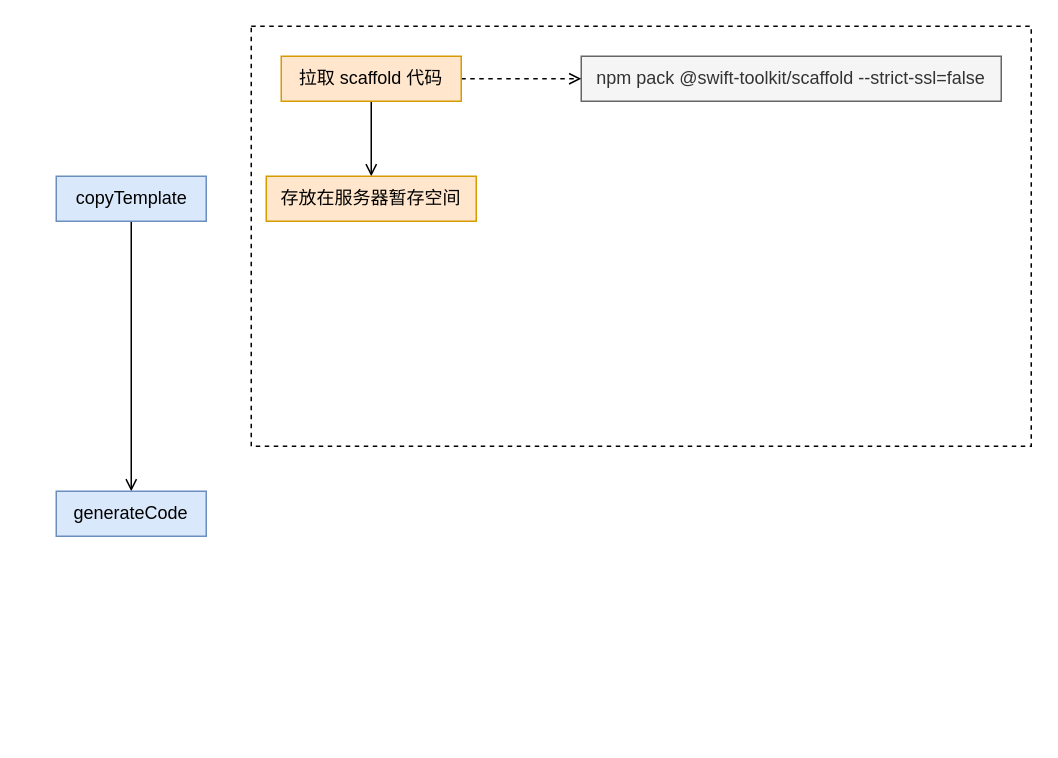
The draw.io diagram publish/构建流程.drawio in shubinla/draw.io, before the edit. Source tidied: cells renumbered, new cells numbered last; positions are measured from the earlier drawing's top-left corner, leaving out a move shared by most shapes. Both pictures are drawn from the tidied source at 150%, with x=0, y=0 at pixel (56, 26).
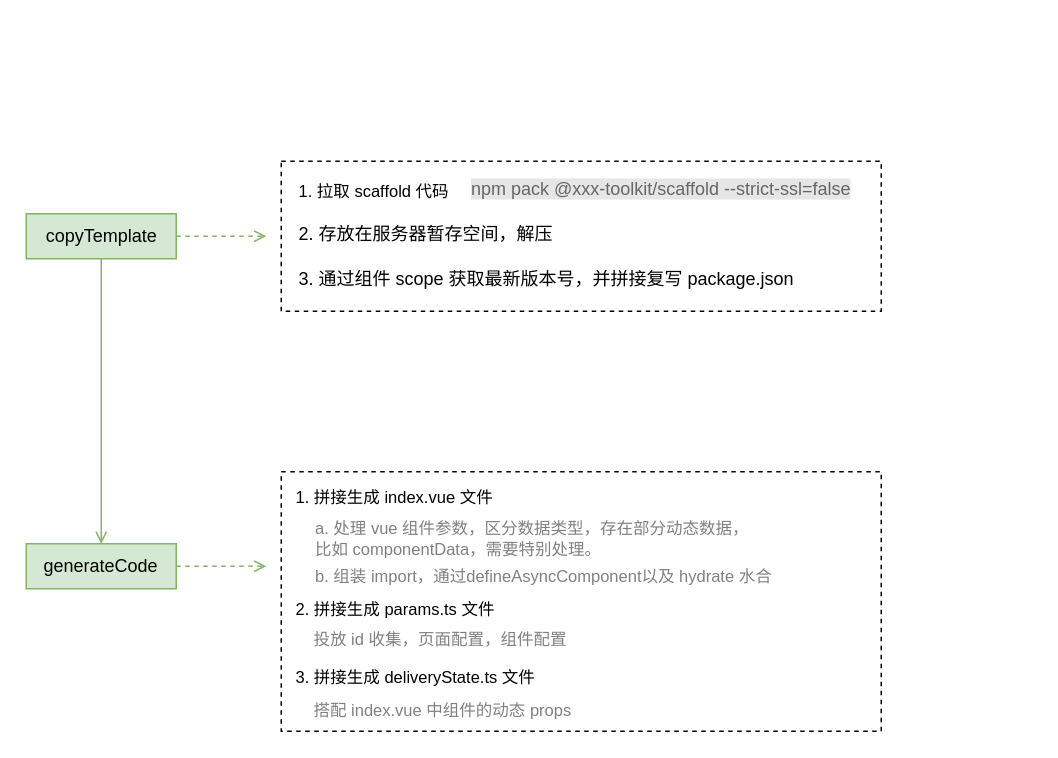
The same diagram, later.

Commit message:
更新构建流程.drawio

The edit, as a diff of the source:
```diff
@@
-    <mxCell id="2" style="whiteSpace=wrap;html=1;fontFamily=Helvetica;fontSize=11;fontColor=default;labelBackgroundColor=default;dashed=1;fillColor=none;" parent="1" vertex="1">
-      <mxGeometry x="130" width="520" height="280" as="geometry" />
-    </mxCell>
+    <mxCell id="11" style="rounded=0;whiteSpace=wrap;html=1;fontFamily=Helvetica;fontSize=11;fontColor=default;labelBackgroundColor=default;fillColor=none;dashed=1;" parent="1" vertex="1">
+      <mxGeometry x="150" y="90" width="400" height="100" as="geometry" />
+    </mxCell>
-    <mxCell id="3" style="edgeStyle=orthogonalEdgeStyle;shape=connector;rounded=0;jettySize=auto;html=1;strokeColor=default;align=center;verticalAlign=middle;fontFamily=Helvetica;fontSize=11;fontColor=default;labelBackgroundColor=default;endArrow=open;endFill=0;" parent="1" edge="1" source="4" target="6">
+    <mxCell id="3" style="edgeStyle=orthogonalEdgeStyle;shape=connector;rounded=0;jettySize=auto;html=1;strokeColor=#82b366;align=center;verticalAlign=middle;fontFamily=Helvetica;fontSize=11;fontColor=default;labelBackgroundColor=default;endArrow=open;endFill=0;fillColor=#d5e8d4;" parent="1" edge="1" source="4" target="6">
       <mxGeometry relative="1" as="geometry" />
     </mxCell>
+    <mxCell id="12" style="edgeStyle=orthogonalEdgeStyle;shape=connector;rounded=0;jettySize=auto;html=1;strokeColor=#82b366;align=center;verticalAlign=middle;fontFamily=Helvetica;fontSize=11;fontColor=default;labelBackgroundColor=default;endArrow=open;endFill=0;dashed=1;fillColor=#d5e8d4;" parent="1" edge="1" source="4">
+      <mxGeometry relative="1" as="geometry">
+        <mxPoint x="140" y="140" as="targetPoint" />
+      </mxGeometry>
+    </mxCell>
-    <mxCell id="4" value="copyTemplate" style="text;html=1;align=center;verticalAlign=middle;points=[];strokeColor=#6c8ebf;fillColor=#dae8fc;" parent="1" vertex="1">
-      <mxGeometry y="100" width="100" height="30" as="geometry" />
+    <mxCell id="4" value="copyTemplate" style="text;html=1;align=center;verticalAlign=middle;points=[];strokeColor=#82b366;fillColor=#d5e8d4;" parent="1" vertex="1">
+      <mxGeometry x="-20" y="125" width="100" height="30" as="geometry" />
     </mxCell>
-    <mxCell id="5" value="npm pack @swift-toolkit/scaffold --strict-ssl=false" style="whiteSpace=wrap;html=1;fillColor=#f5f5f5;strokeColor=#666666;align=center;fontColor=#333333;" parent="1" vertex="1">
-      <mxGeometry x="350" y="20" width="280" height="30" as="geometry" />
-    </mxCell>
+    <mxCell id="13" style="edgeStyle=orthogonalEdgeStyle;shape=connector;rounded=0;jettySize=auto;html=1;exitX=1;exitY=0.5;exitDx=0;exitDy=0;strokeColor=#82b366;align=center;verticalAlign=middle;fontFamily=Helvetica;fontSize=11;fontColor=default;labelBackgroundColor=default;endArrow=open;endFill=0;dashed=1;fillColor=#d5e8d4;" parent="1" edge="1" source="6">
+      <mxGeometry relative="1" as="geometry">
+        <mxPoint x="140" y="360" as="targetPoint" />
+      </mxGeometry>
+    </mxCell>
-    <mxCell id="6" value="generateCode" style="whiteSpace=wrap;html=1;fillColor=#dae8fc;strokeColor=#6c8ebf;gradientColor=none;" parent="1" vertex="1">
-      <mxGeometry y="310" width="100" height="30" as="geometry" />
+    <mxCell id="6" value="generateCode" style="whiteSpace=wrap;html=1;fillColor=#d5e8d4;strokeColor=#82b366;" parent="1" vertex="1">
+      <mxGeometry x="-20" y="345" width="100" height="30" as="geometry" />
     </mxCell>
-    <mxCell id="7" style="edgeStyle=orthogonalEdgeStyle;shape=connector;rounded=0;jettySize=auto;html=1;exitX=1;exitY=0.5;exitDx=0;exitDy=0;entryX=0;entryY=0.5;entryDx=0;entryDy=0;strokeColor=default;align=center;verticalAlign=middle;fontFamily=Helvetica;fontSize=11;fontColor=default;labelBackgroundColor=default;endArrow=open;endFill=0;dashed=1;" parent="1" edge="1" source="9" target="5">
-      <mxGeometry relative="1" as="geometry" />
-    </mxCell>
-    <mxCell id="8" style="edgeStyle=orthogonalEdgeStyle;shape=connector;rounded=0;jettySize=auto;html=1;strokeColor=default;align=center;verticalAlign=middle;fontFamily=Helvetica;fontSize=11;fontColor=default;labelBackgroundColor=default;endArrow=open;endFill=0;" parent="1" edge="1" source="9" target="10">
-      <mxGeometry relative="1" as="geometry" />
-    </mxCell>
-    <mxCell id="9" value="拉取 scaffold 代码" style="whiteSpace=wrap;html=1;align=center;fillColor=#ffe6cc;strokeColor=#d79b00;" parent="1" vertex="1">
-      <mxGeometry x="150" y="20" width="120" height="30" as="geometry" />
-    </mxCell>
-    <mxCell id="10" value="存放在服务器暂存空间" style="whiteSpace=wrap;html=1;fillColor=#ffe6cc;strokeColor=#d79b00;" parent="1" vertex="1">
-      <mxGeometry x="140" y="100" width="140" height="30" as="geometry" />
-    </mxCell>
+    <mxCell id="14" value="1. 拉取 scaffold 代码&amp;nbsp;" style="text;align=left;verticalAlign=middle;strokeColor=none;fillColor=none;fontFamily=Helvetica;fontSize=11;fontColor=default;labelBackgroundColor=none;html=1;" parent="1" vertex="1">
+      <mxGeometry x="160" y="95" width="130" height="30" as="geometry" />
+    </mxCell>
+    <mxCell id="15" value="&lt;span style=&quot;font-family: Helvetica; font-size: 12px; font-style: normal; font-variant-ligatures: normal; font-variant-caps: normal; font-weight: 400; letter-spacing: normal; orphans: 2; text-align: center; text-indent: 0px; text-transform: none; widows: 2; word-spacing: 0px; -webkit-text-stroke-width: 0px; white-space: normal; text-decoration-thickness: initial; text-decoration-style: initial; text-decoration-color: initial; float: none; display: inline !important;&quot;&gt;npm pack @xxx-toolkit/scaffold --strict-ssl=false&lt;/span&gt;" style="text;whiteSpace=wrap;html=1;fontFamily=Helvetica;fontSize=11;fontColor=#666666;labelBackgroundColor=#E6E6E6;fillColor=none;" parent="1" vertex="1">
+      <mxGeometry x="275" y="95" width="270" height="30" as="geometry" />
+    </mxCell>
+    <mxCell id="16" value="3. 通过组件 scope 获取最新版本号，并拼接复写 package.json" style="text;whiteSpace=wrap;html=1;" parent="1" vertex="1">
+      <mxGeometry x="160" y="155" width="350" height="30" as="geometry" />
+    </mxCell>
+    <mxCell id="17" value="&lt;span style=&quot;text-wrap-mode: nowrap;&quot;&gt;2.&amp;nbsp;存放在服务器暂存空间，解压&lt;/span&gt;" style="text;html=1;whiteSpace=wrap;" parent="1" vertex="1">
+      <mxGeometry x="160" y="125" width="280" height="25" as="geometry" />
+    </mxCell>
+    <mxCell id="18" value="1. 拼接生成 index.vue 文件&amp;nbsp;" style="text;html=1;align=left;verticalAlign=middle;strokeColor=none;fillColor=none;fontFamily=Helvetica;fontSize=11;fontColor=default;labelBackgroundColor=default;" parent="1" vertex="1">
+      <mxGeometry x="158" y="299" width="160" height="30" as="geometry" />
+    </mxCell>
+    <mxCell id="19" value="a. 处理 vue 组件参数，区分数据类型，存在部分动态数据，&lt;br&gt;比如 componentData，需要特别处理。" style="text;html=1;align=left;verticalAlign=middle;strokeColor=none;fillColor=none;fontFamily=Helvetica;fontSize=11;fontColor=#808080;labelBackgroundColor=none;" parent="1" vertex="1">
+      <mxGeometry x="171" y="322" width="310" height="40" as="geometry" />
+    </mxCell>
+    <mxCell id="20" value="2. 拼接生成 params.ts 文件" style="text;html=1;align=left;verticalAlign=middle;strokeColor=none;fillColor=none;fontFamily=Helvetica;fontSize=11;fontColor=default;labelBackgroundColor=default;" parent="1" vertex="1">
+      <mxGeometry x="158" y="374" width="160" height="30" as="geometry" />
+    </mxCell>
+    <mxCell id="21" value="3. 拼接生成 deliveryState.ts 文件" style="text;html=1;align=left;verticalAlign=middle;strokeColor=none;fillColor=none;fontFamily=Helvetica;fontSize=11;fontColor=default;labelBackgroundColor=default;" parent="1" vertex="1">
+      <mxGeometry x="158" y="419" width="180" height="30" as="geometry" />
+    </mxCell>
+    <mxCell id="22" value="&lt;span style=&quot;text-wrap-mode: nowrap;&quot;&gt;投放 id 收集，页面配置，组件配置&lt;/span&gt;" style="text;whiteSpace=wrap;html=1;fontFamily=Helvetica;fontSize=11;fontColor=#808080;labelBackgroundColor=default;" parent="1" vertex="1">
+      <mxGeometry x="170" y="396" width="200" height="40" as="geometry" />
+    </mxCell>
+    <mxCell id="23" value="&lt;span style=&quot;font-family: Helvetica; font-style: normal; font-variant-ligatures: normal; font-variant-caps: normal; font-weight: 400; letter-spacing: normal; orphans: 2; text-align: left; text-indent: 0px; text-transform: none; widows: 2; word-spacing: 0px; -webkit-text-stroke-width: 0px; white-space: nowrap; background-color: rgb(255, 255, 255); text-decoration-thickness: initial; text-decoration-style: initial; text-decoration-color: initial; float: none; display: inline !important;&quot;&gt;b. 组装 import，通过defineAsyncComponent以及 hydrate 水合&lt;/span&gt;" style="text;whiteSpace=wrap;html=1;fontFamily=Helvetica;fontSize=11;fontColor=#808080;labelBackgroundColor=default;" parent="1" vertex="1">
+      <mxGeometry x="171" y="354" width="310" height="30" as="geometry" />
+    </mxCell>
+    <mxCell id="24" value="&lt;span style=&quot;text-wrap-mode: nowrap;&quot;&gt;搭配 index.vue 中组件的动态 props&lt;/span&gt;" style="text;whiteSpace=wrap;html=1;fontFamily=Helvetica;fontSize=11;fontColor=#808080;labelBackgroundColor=default;" parent="1" vertex="1">
+      <mxGeometry x="170" y="443" width="200" height="26" as="geometry" />
+    </mxCell>
+    <mxCell id="25" style="rounded=0;whiteSpace=wrap;html=1;fontFamily=Helvetica;fontSize=11;fontColor=default;labelBackgroundColor=default;fillColor=none;dashed=1;" parent="1" vertex="1">
+      <mxGeometry x="150" y="297" width="400" height="173" as="geometry" />
+    </mxCell>
```
